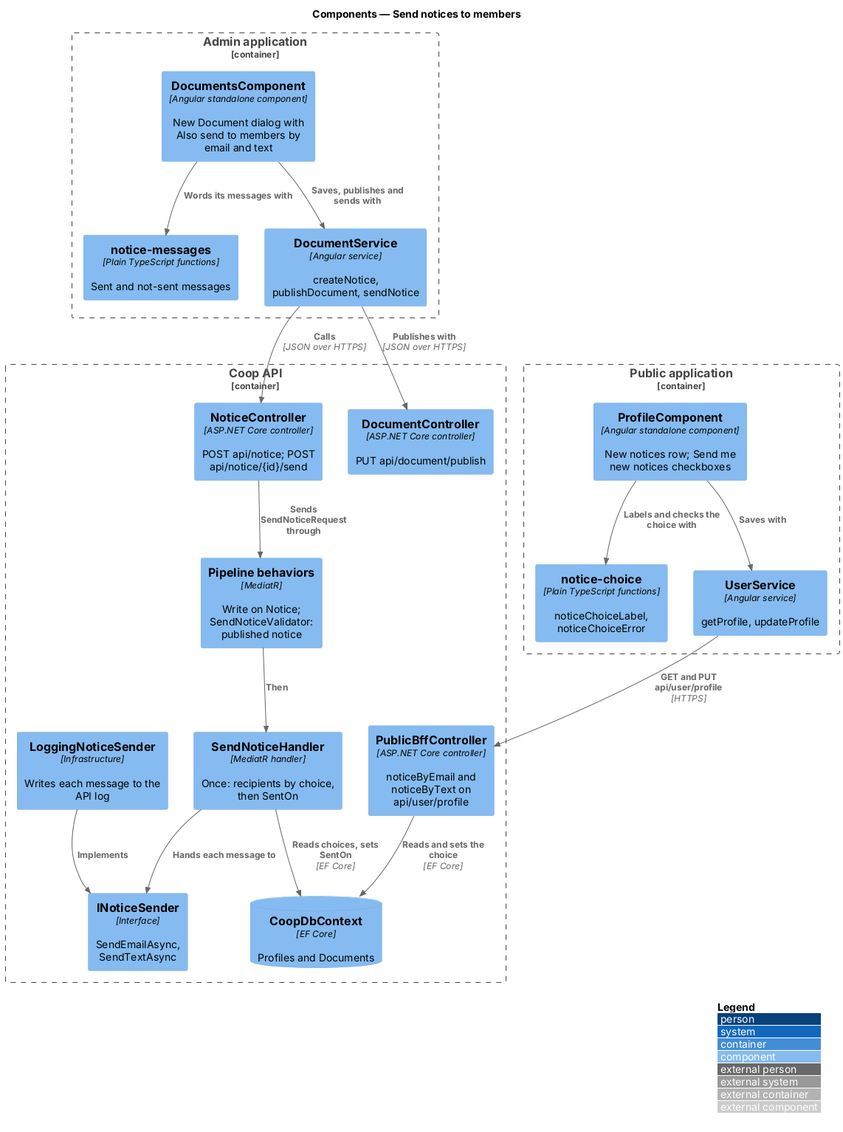
Earlier version of the PlantUML export docs/detailed-designs/admin-app/send-notices/diagrams/c4-component.png (QuinntyneBrown/Coop). The source it was exported from:
```plantuml
@startuml
!include <C4/C4_Component>
LAYOUT_WITH_LEGEND()
title Components — Send notices to members

Container_Boundary(adminApp, "Admin application") {
  Component(documents, "DocumentsComponent", "Angular standalone component", "New Document dialog with Also send to members by email and text")
  Component(messages, "notice-messages", "Plain TypeScript functions", "Sent and not-sent messages")
  Component(documentService, "DocumentService", "Angular service", "createNotice, publishDocument, sendNotice")
}
Container_Boundary(publicApp, "Public application") {
  Component(profile, "ProfileComponent", "Angular standalone component", "New notices row; Send me new notices checkboxes")
  Component(choice, "notice-choice", "Plain TypeScript functions", "noticeChoiceLabel, noticeChoiceError")
  Component(profileService, "UserService", "Angular service", "getProfile, updateProfile")
}
Container_Boundary(api, "Coop API") {
  Component(bff, "PublicBffController", "ASP.NET Core controller", "noticeByEmail and noticeByText on api/user/profile")
  Component(noticeController, "NoticeController", "ASP.NET Core controller", "POST api/notice; POST api/notice/{id}/send")
  Component(documentController, "DocumentController", "ASP.NET Core controller", "PUT api/document/publish")
  Component(pipeline, "Pipeline behaviors", "MediatR", "Write on Notice; SendNoticeValidator: published notice")
  Component(handler, "SendNoticeHandler", "MediatR handler", "Once: recipients by choice, then SentOn")
  Component(sender, "INoticeSender", "Interface", "SendEmailAsync, SendTextAsync")
  Component(logSender, "LoggingNoticeSender", "Infrastructure", "Writes each message to the API log")
  ComponentDb(db, "CoopDbContext", "EF Core", "Profiles and Documents")
}
Rel(documents, messages, "Words its messages with")
Rel(documents, documentService, "Saves, publishes and sends with")
Rel(documentService, noticeController, "Calls", "JSON over HTTPS")
Rel(documentService, documentController, "Publishes with", "JSON over HTTPS")
Rel(profile, choice, "Labels and checks the choice with")
Rel(profile, profileService, "Saves with")
Rel(profileService, bff, "GET and PUT api/user/profile", "HTTPS")
Rel(noticeController, pipeline, "Sends SendNoticeRequest through")
Rel(pipeline, handler, "Then")
Rel(handler, db, "Reads choices, sets SentOn", "EF Core")
Rel(handler, sender, "Hands each message to")
Rel(logSender, sender, "Implements")
Rel(bff, db, "Reads and sets the choice", "EF Core")
@enduml
```
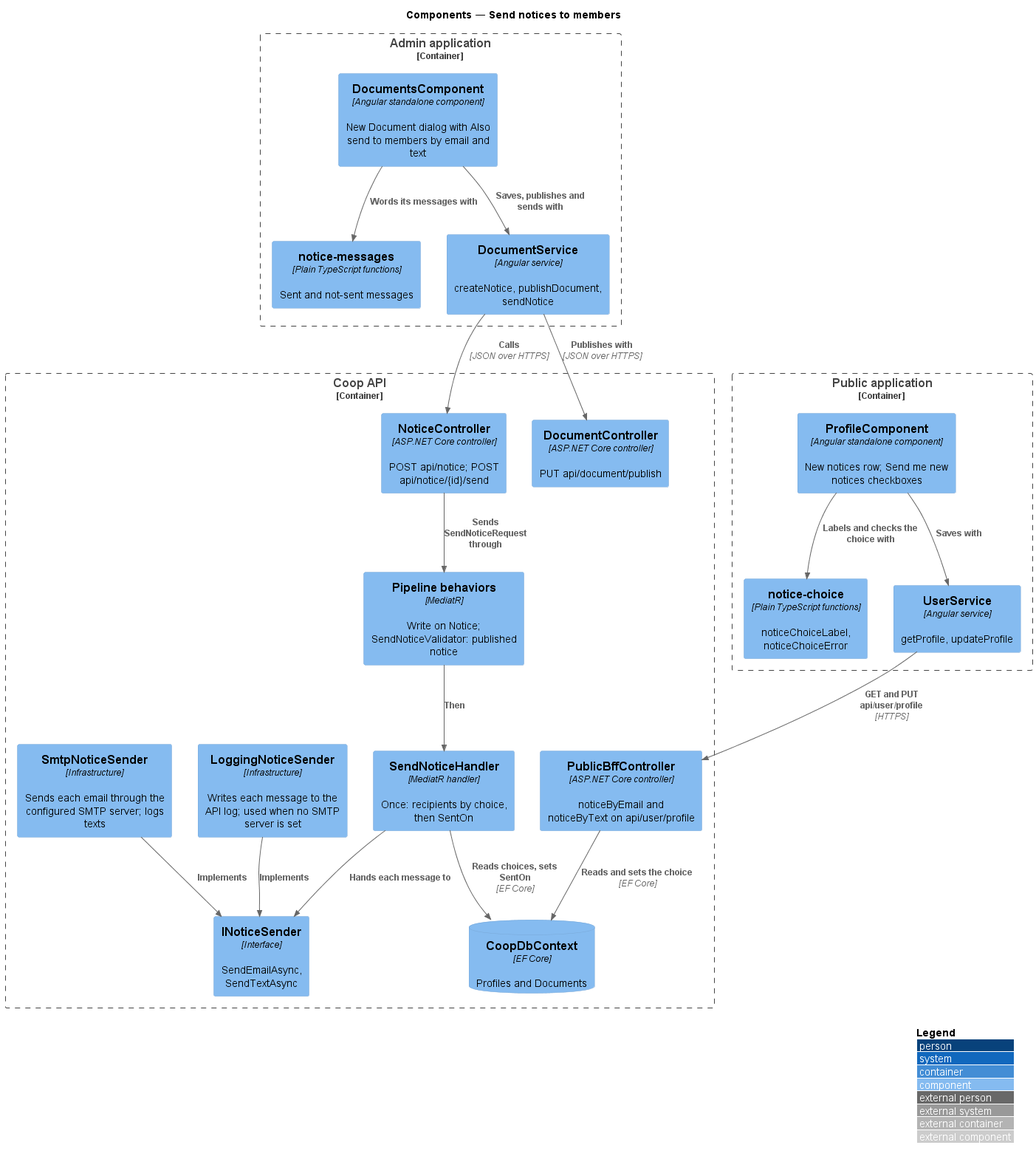
Later version of the same file.

Commit message:
Specify SMTP email delivery for notices

Change to the diagram source:
```diff
@@ -20,7 +20,8 @@
   Component(pipeline, "Pipeline behaviors", "MediatR", "Write on Notice; SendNoticeValidator: published notice")
   Component(handler, "SendNoticeHandler", "MediatR handler", "Once: recipients by choice, then SentOn")
   Component(sender, "INoticeSender", "Interface", "SendEmailAsync, SendTextAsync")
-  Component(logSender, "LoggingNoticeSender", "Infrastructure", "Writes each message to the API log")
+  Component(logSender, "LoggingNoticeSender", "Infrastructure", "Writes each message to the API log; used when no SMTP server is set")
+  Component(smtpSender, "SmtpNoticeSender", "Infrastructure", "Sends each email through the configured SMTP server; logs texts")
   ComponentDb(db, "CoopDbContext", "EF Core", "Profiles and Documents")
 }
 Rel(documents, messages, "Words its messages with")
@@ -35,5 +36,6 @@
 Rel(handler, db, "Reads choices, sets SentOn", "EF Core")
 Rel(handler, sender, "Hands each message to")
 Rel(logSender, sender, "Implements")
+Rel(smtpSender, sender, "Implements")
 Rel(bff, db, "Reads and sets the choice", "EF Core")
 @enduml
```
